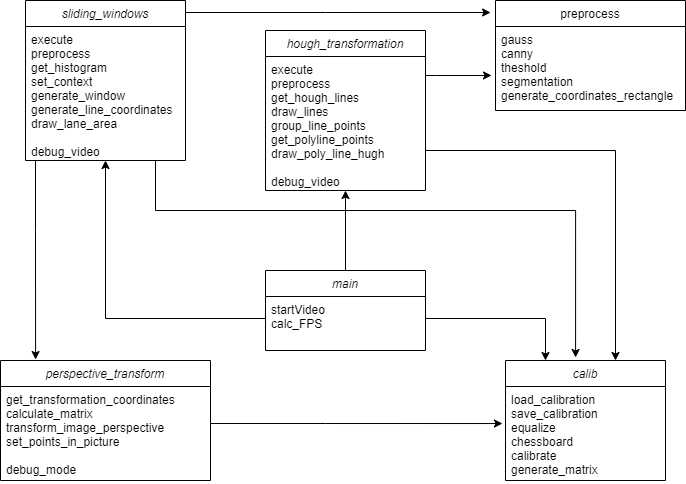
Super-T02/Spurerkennung keeps this draw.io diagram as Documentation/Images/class_diagram.drawio.png. Above is the earlier version. Source tidied: cells renumbered, new cells last; positions are measured from the earlier drawing's top-left corner, leaving out a move shared by most shapes.
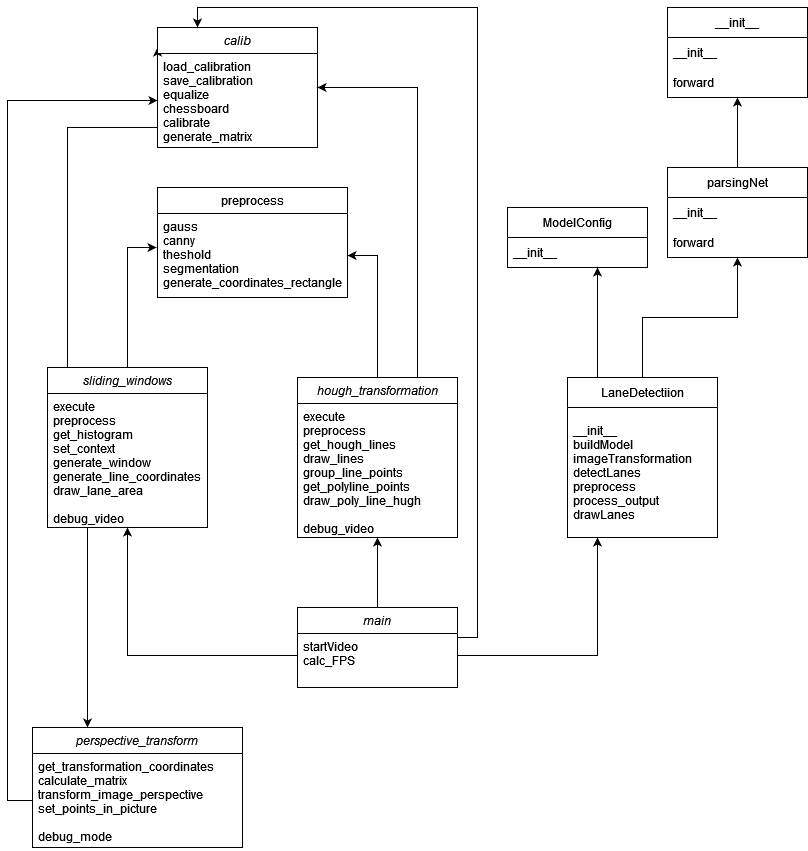
The same diagram one commit later.

Commit message:
Edited class diagram and Ki documentation

Documentation poorly done, need to look over tomorrow

The edit, as a diff of the source:
```diff
@@ -6,45 +6,59 @@
       <mxGeometry relative="1" as="geometry" />
     </mxCell>
     <mxCell id="3" value="main&#10;" style="swimlane;fontStyle=2;align=center;verticalAlign=top;horizontal=1;startSize=26;rounded=0;shadow=0;strokeWidth=1;" parent="1" vertex="1">
-      <mxGeometry x="265" y="270" width="160" height="80" as="geometry" />
+      <mxGeometry x="265" y="540" width="160" height="80" as="geometry" />
     </mxCell>
     <mxCell id="4" value="startVideo&#10;calc_FPS" style="text;align=left;verticalAlign=top;spacingLeft=4;spacingRight=4;overflow=hidden;points=[[0,0.5],[1,0.5]];portConstraint=eastwest;" parent="3" vertex="1">
       <mxGeometry y="26" width="160" height="44" as="geometry" />
     </mxCell>
     <mxCell id="5" value="preprocess&#10;" style="swimlane;fontStyle=0;align=center;verticalAlign=top;horizontal=1;startSize=26;rounded=0;shadow=0;strokeWidth=1;" parent="1" vertex="1">
-      <mxGeometry x="495" width="190" height="110" as="geometry" />
+      <mxGeometry x="125" y="120" width="190" height="110" as="geometry" />
     </mxCell>
     <mxCell id="6" value="gauss&#10;canny&#10;theshold&#10;segmentation&#10;generate_coordinates_rectangle" style="text;align=left;verticalAlign=top;spacingLeft=4;spacingRight=4;overflow=hidden;points=[[0,0.5],[1,0.5]];portConstraint=eastwest;" parent="5" vertex="1">
       <mxGeometry y="26" width="190" height="84" as="geometry" />
     </mxCell>
+    <mxCell id="23" style="edgeStyle=orthogonalEdgeStyle;rounded=0;jettySize=auto;html=1;entryX=1;entryY=0.5;entryDx=0;entryDy=0;" parent="1" edge="1" source="7" target="6">
+      <mxGeometry relative="1" as="geometry" />
+    </mxCell>
     <mxCell id="7" value="hough_transformation" style="swimlane;fontStyle=2;align=center;verticalAlign=top;horizontal=1;startSize=26;rounded=0;shadow=0;strokeWidth=1;" parent="1" vertex="1">
-      <mxGeometry x="265" y="30" width="160" height="160" as="geometry" />
+      <mxGeometry x="265" y="310" width="160" height="160" as="geometry" />
     </mxCell>
     <mxCell id="8" value="execute&#10;preprocess&#10;get_hough_lines&#10;draw_lines&#10;group_line_points&#10;get_polyline_points&#10;draw_poly_line_hugh&#10;&#10;debug_video" style="text;align=left;verticalAlign=top;spacingLeft=4;spacingRight=4;overflow=hidden;points=[[0,0.5],[1,0.5]];portConstraint=eastwest;" parent="7" vertex="1">
       <mxGeometry y="26" width="160" height="134" as="geometry" />
     </mxCell>
-    <mxCell id="9" style="edgeStyle=orthogonalEdgeStyle;rounded=0;jettySize=auto;html=1;entryX=-0.026;entryY=0.109;entryDx=0;entryDy=0;entryPerimeter=0;" parent="1" edge="1" source="10" target="5">
-      <mxGeometry relative="1" as="geometry">
-        <Array as="points">
-          <mxPoint x="325" y="12" />
-          <mxPoint x="325" y="12" />
-        </Array>
-      </mxGeometry>
-    </mxCell>
+    <mxCell id="24" style="edgeStyle=orthogonalEdgeStyle;rounded=0;jettySize=auto;html=1;entryX=-0.005;entryY=0.405;entryDx=0;entryDy=0;entryPerimeter=0;" parent="1" edge="1" source="10" target="6">
+      <mxGeometry relative="1" as="geometry" />
+    </mxCell>
+    <mxCell id="25" style="edgeStyle=orthogonalEdgeStyle;rounded=0;jettySize=auto;html=1;" parent="1" edge="1" source="10" target="14">
+      <mxGeometry relative="1" as="geometry">
+        <Array as="points">
+          <mxPoint x="55" y="550" />
+          <mxPoint x="55" y="550" />
+        </Array>
+      </mxGeometry>
+    </mxCell>
+    <mxCell id="26" style="edgeStyle=orthogonalEdgeStyle;rounded=0;jettySize=auto;html=1;entryX=0;entryY=0.167;entryDx=0;entryDy=0;entryPerimeter=0;" parent="1" edge="1" source="10" target="12">
+      <mxGeometry relative="1" as="geometry">
+        <Array as="points">
+          <mxPoint x="35" y="60" />
+          <mxPoint x="125" y="60" />
+        </Array>
+      </mxGeometry>
+    </mxCell>
     <mxCell id="10" value="sliding_windows&#10;" style="swimlane;fontStyle=2;align=center;verticalAlign=top;horizontal=1;startSize=26;rounded=0;shadow=0;strokeWidth=1;" parent="1" vertex="1">
-      <mxGeometry x="25" width="160" height="160" as="geometry" />
+      <mxGeometry x="15" y="300" width="160" height="160" as="geometry" />
     </mxCell>
     <mxCell id="11" value="execute&#10;preprocess&#10;get_histogram&#10;set_context&#10;generate_window&#10;generate_line_coordinates&#10;draw_lane_area&#10;&#10;debug_video" style="text;align=left;verticalAlign=top;spacingLeft=4;spacingRight=4;overflow=hidden;points=[[0,0.5],[1,0.5]];portConstraint=eastwest;" parent="10" vertex="1">
       <mxGeometry y="26" width="160" height="134" as="geometry" />
     </mxCell>
     <mxCell id="12" value="calib&#10;" style="swimlane;fontStyle=2;align=center;verticalAlign=top;horizontal=1;startSize=26;rounded=0;shadow=0;strokeWidth=1;" parent="1" vertex="1">
-      <mxGeometry x="505" y="360" width="160" height="120" as="geometry" />
+      <mxGeometry x="125" y="-40" width="160" height="120" as="geometry" />
     </mxCell>
     <mxCell id="13" value="load_calibration&#10;save_calibration&#10;equalize&#10;chessboard&#10;calibrate&#10;generate_matrix" style="text;align=left;verticalAlign=top;spacingLeft=4;spacingRight=4;overflow=hidden;points=[[0,0.5],[1,0.5]];portConstraint=eastwest;" parent="12" vertex="1">
       <mxGeometry y="26" width="160" height="94" as="geometry" />
     </mxCell>
     <mxCell id="14" value="perspective_transform" style="swimlane;fontStyle=2;align=center;verticalAlign=top;horizontal=1;startSize=26;rounded=0;shadow=0;strokeWidth=1;" parent="1" vertex="1">
-      <mxGeometry y="360" width="210" height="120" as="geometry" />
+      <mxGeometry y="660" width="210" height="120" as="geometry" />
     </mxCell>
     <mxCell id="15" value="get_transformation_coordinates&#10;calculate_matrix&#10;transform_image_perspective&#10;set_points_in_picture&#10;&#10;debug_mode" style="text;align=left;verticalAlign=top;spacingLeft=4;spacingRight=4;overflow=hidden;points=[[0,0.5],[1,0.5]];portConstraint=eastwest;" parent="14" vertex="1">
       <mxGeometry y="26" width="210" height="94" as="geometry" />
@@ -52,47 +66,80 @@
     <mxCell id="16" style="edgeStyle=orthogonalEdgeStyle;rounded=0;jettySize=auto;html=1;entryX=0.5;entryY=1;entryDx=0;entryDy=0;" parent="1" edge="1" source="4" target="10">
       <mxGeometry relative="1" as="geometry" />
     </mxCell>
-    <mxCell id="17" style="edgeStyle=orthogonalEdgeStyle;rounded=0;jettySize=auto;html=1;entryX=-0.019;entryY=0.394;entryDx=0;entryDy=0;entryPerimeter=0;" parent="1" edge="1" source="15" target="13">
-      <mxGeometry relative="1" as="geometry">
-        <Array as="points">
-          <mxPoint x="325" y="423" />
-          <mxPoint x="325" y="423" />
-        </Array>
-      </mxGeometry>
-    </mxCell>
-    <mxCell id="18" style="edgeStyle=orthogonalEdgeStyle;rounded=0;jettySize=auto;html=1;" parent="1" edge="1" source="8" target="12">
+    <mxCell id="18" style="edgeStyle=orthogonalEdgeStyle;rounded=0;jettySize=auto;html=1;" parent="1" edge="1" source="7" target="12">
       <mxGeometry relative="1" as="geometry">
         <Array as="points">
-          <mxPoint x="615" y="150" />
+          <mxPoint x="385" y="20" />
         </Array>
       </mxGeometry>
     </mxCell>
     <mxCell id="19" style="edgeStyle=orthogonalEdgeStyle;rounded=0;jettySize=auto;html=1;entryX=0.25;entryY=0;entryDx=0;entryDy=0;" parent="1" edge="1" source="4" target="12">
-      <mxGeometry relative="1" as="geometry" />
+      <mxGeometry relative="1" as="geometry">
+        <Array as="points">
+          <mxPoint x="445" y="570" />
+          <mxPoint x="445" y="-60" />
+          <mxPoint x="165" y="-60" />
+        </Array>
+      </mxGeometry>
     </mxCell>
-    <mxCell id="20" style="edgeStyle=orthogonalEdgeStyle;rounded=0;jettySize=auto;html=1;entryX=0.167;entryY=-0.008;entryDx=0;entryDy=0;entryPerimeter=0;" parent="1" edge="1" source="11" target="14">
-      <mxGeometry relative="1" as="geometry">
-        <Array as="points">
-          <mxPoint x="35" y="230" />
-          <mxPoint x="35" y="230" />
-        </Array>
-      </mxGeometry>
-    </mxCell>
-    <mxCell id="21" style="edgeStyle=orthogonalEdgeStyle;rounded=0;jettySize=auto;html=1;entryX=0.438;entryY=-0.025;entryDx=0;entryDy=0;entryPerimeter=0;" parent="1" edge="1" source="11" target="12">
-      <mxGeometry relative="1" as="geometry">
-        <Array as="points">
-          <mxPoint x="155" y="210" />
-          <mxPoint x="575" y="210" />
-        </Array>
-      </mxGeometry>
-    </mxCell>
-    <mxCell id="22" style="edgeStyle=orthogonalEdgeStyle;rounded=0;jettySize=auto;html=1;entryX=-0.021;entryY=0.583;entryDx=0;entryDy=0;entryPerimeter=0;" parent="1" edge="1" source="8" target="6">
-      <mxGeometry relative="1" as="geometry">
-        <Array as="points">
-          <mxPoint x="435" y="75" />
-          <mxPoint x="435" y="75" />
-        </Array>
-      </mxGeometry>
-    </mxCell>
+    <mxCell id="17" style="edgeStyle=orthogonalEdgeStyle;rounded=0;jettySize=auto;html=1;" parent="1" edge="1" source="15" target="13">
+      <mxGeometry relative="1" as="geometry">
+        <Array as="points">
+          <mxPoint x="-25" y="733" />
+          <mxPoint x="-25" y="33" />
+        </Array>
+      </mxGeometry>
+    </mxCell>
+    <mxCell id="27" style="edgeStyle=orthogonalEdgeStyle;rounded=0;jettySize=auto;html=1;" parent="1" edge="1" source="29" target="31">
+      <mxGeometry relative="1" as="geometry">
+        <Array as="points">
+          <mxPoint x="565" y="250" />
+          <mxPoint x="565" y="250" />
+        </Array>
+      </mxGeometry>
+    </mxCell>
+    <mxCell id="28" style="edgeStyle=orthogonalEdgeStyle;rounded=0;jettySize=auto;html=1;" parent="1" edge="1" source="29" target="35">
+      <mxGeometry relative="1" as="geometry" />
+    </mxCell>
+    <mxCell id="29" value="LaneDetectiion" style="swimlane;fontStyle=0;horizontal=1;startSize=30;" parent="1" vertex="1">
+      <mxGeometry x="535" y="310" width="150" height="160" as="geometry" />
+    </mxCell>
+    <mxCell id="30" value="__init__&#10;buildModel&#10;imageTransformation&#10;detectLanes&#10;preprocess&#10;process_output&#10;drawLanes" style="text;strokeColor=none;fillColor=none;align=left;verticalAlign=middle;spacingLeft=4;spacingRight=4;overflow=hidden;" parent="29" vertex="1">
+      <mxGeometry y="30" width="150" height="130" as="geometry" />
+    </mxCell>
+    <mxCell id="31" value="ModelConfig" style="swimlane;fontStyle=0;horizontal=1;startSize=30;" parent="1" vertex="1">
+      <mxGeometry x="475" y="140" width="140" height="60" as="geometry" />
+    </mxCell>
+    <mxCell id="32" value="__init__" style="text;strokeColor=none;fillColor=none;align=left;verticalAlign=middle;spacingLeft=4;spacingRight=4;overflow=hidden;" parent="31" vertex="1">
+      <mxGeometry y="30" width="140" height="30" as="geometry" />
+    </mxCell>
+    <mxCell id="33" style="edgeStyle=orthogonalEdgeStyle;rounded=0;jettySize=auto;html=1;" parent="1" edge="1" source="4" target="29">
+      <mxGeometry relative="1" as="geometry">
+        <Array as="points">
+          <mxPoint x="565" y="588" />
+        </Array>
+      </mxGeometry>
+    </mxCell>
+    <mxCell id="34" style="edgeStyle=orthogonalEdgeStyle;rounded=0;jettySize=auto;html=1;" parent="1" edge="1" source="35" target="38">
+      <mxGeometry relative="1" as="geometry" />
+    </mxCell>
+    <mxCell id="35" value="parsingNet" style="swimlane;fontStyle=0;horizontal=1;startSize=30;" parent="1" vertex="1">
+      <mxGeometry x="635" y="100" width="140" height="90" as="geometry" />
+    </mxCell>
+    <mxCell id="36" value="__init__" style="text;strokeColor=none;fillColor=none;align=left;verticalAlign=middle;spacingLeft=4;spacingRight=4;overflow=hidden;" parent="35" vertex="1">
+      <mxGeometry y="30" width="140" height="30" as="geometry" />
+    </mxCell>
+    <mxCell id="37" value="forward" style="text;strokeColor=none;fillColor=none;align=left;verticalAlign=middle;spacingLeft=4;spacingRight=4;overflow=hidden;" parent="35" vertex="1">
+      <mxGeometry y="60" width="140" height="30" as="geometry" />
+    </mxCell>
+    <mxCell id="38" value="__init__" style="swimlane;fontStyle=0;horizontal=1;startSize=30;" parent="1" vertex="1">
+      <mxGeometry x="635" y="-60" width="140" height="90" as="geometry" />
+    </mxCell>
+    <mxCell id="39" value="__init__" style="text;strokeColor=none;fillColor=none;align=left;verticalAlign=middle;spacingLeft=4;spacingRight=4;overflow=hidden;" parent="38" vertex="1">
+      <mxGeometry y="30" width="140" height="30" as="geometry" />
+    </mxCell>
+    <mxCell id="40" value="forward" style="text;strokeColor=none;fillColor=none;align=left;verticalAlign=middle;spacingLeft=4;spacingRight=4;overflow=hidden;" parent="38" vertex="1">
+      <mxGeometry y="60" width="140" height="30" as="geometry" />
+    </mxCell>
   </root>
 </mxGraphModel>
```
